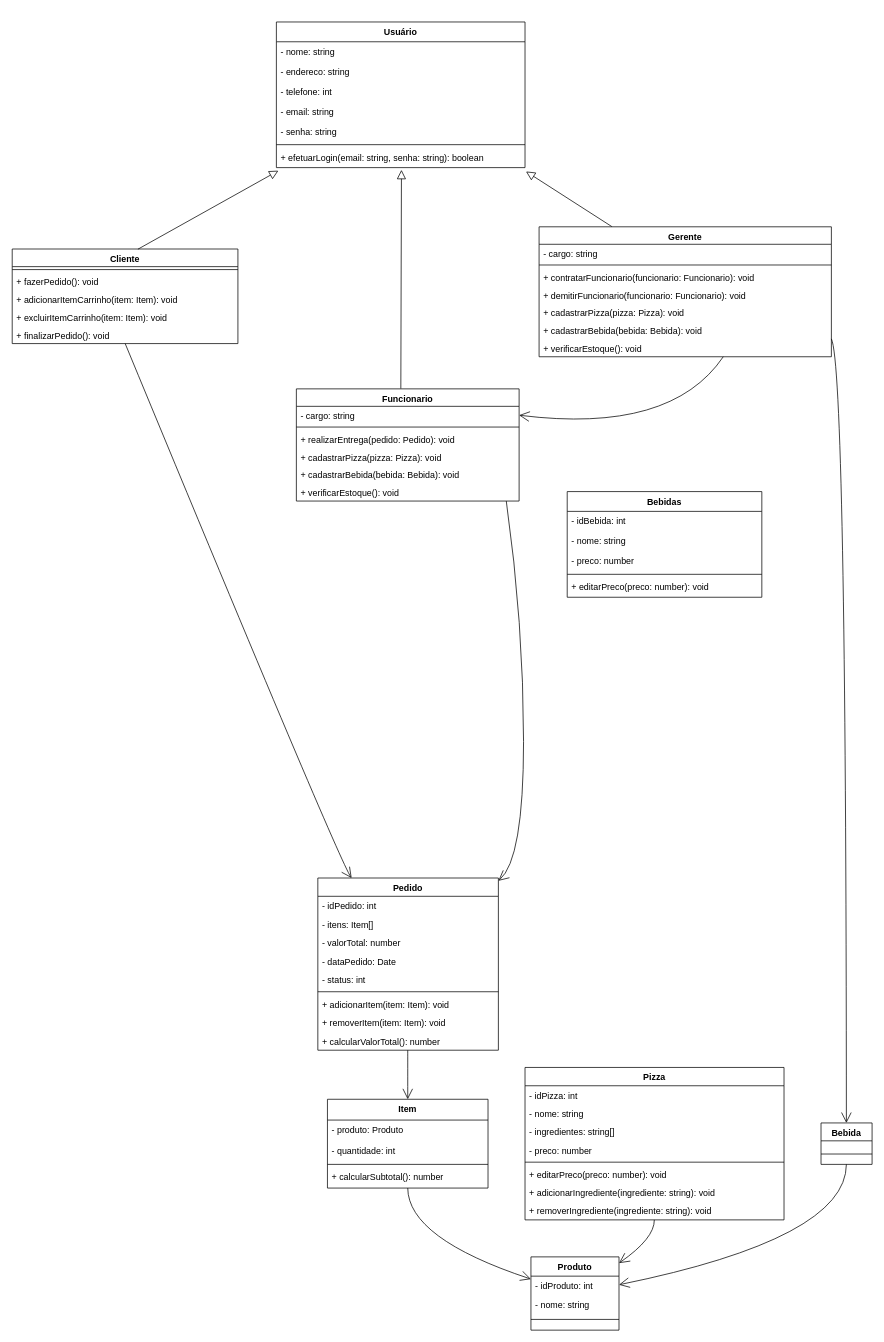
The draw.io diagram Eng. de software/Trab_EngenhariaSF.drawio in LuisAugusto0/Arquivos_PUC_CC, before the edit. Source tidied: cells renumbered, new cells numbered last; positions are measured from the earlier drawing's top-left corner, leaving out a move shared by most shapes. Both pictures are drawn from the tidied source at 74%, with x=0, y=0 at pixel (12, 21).
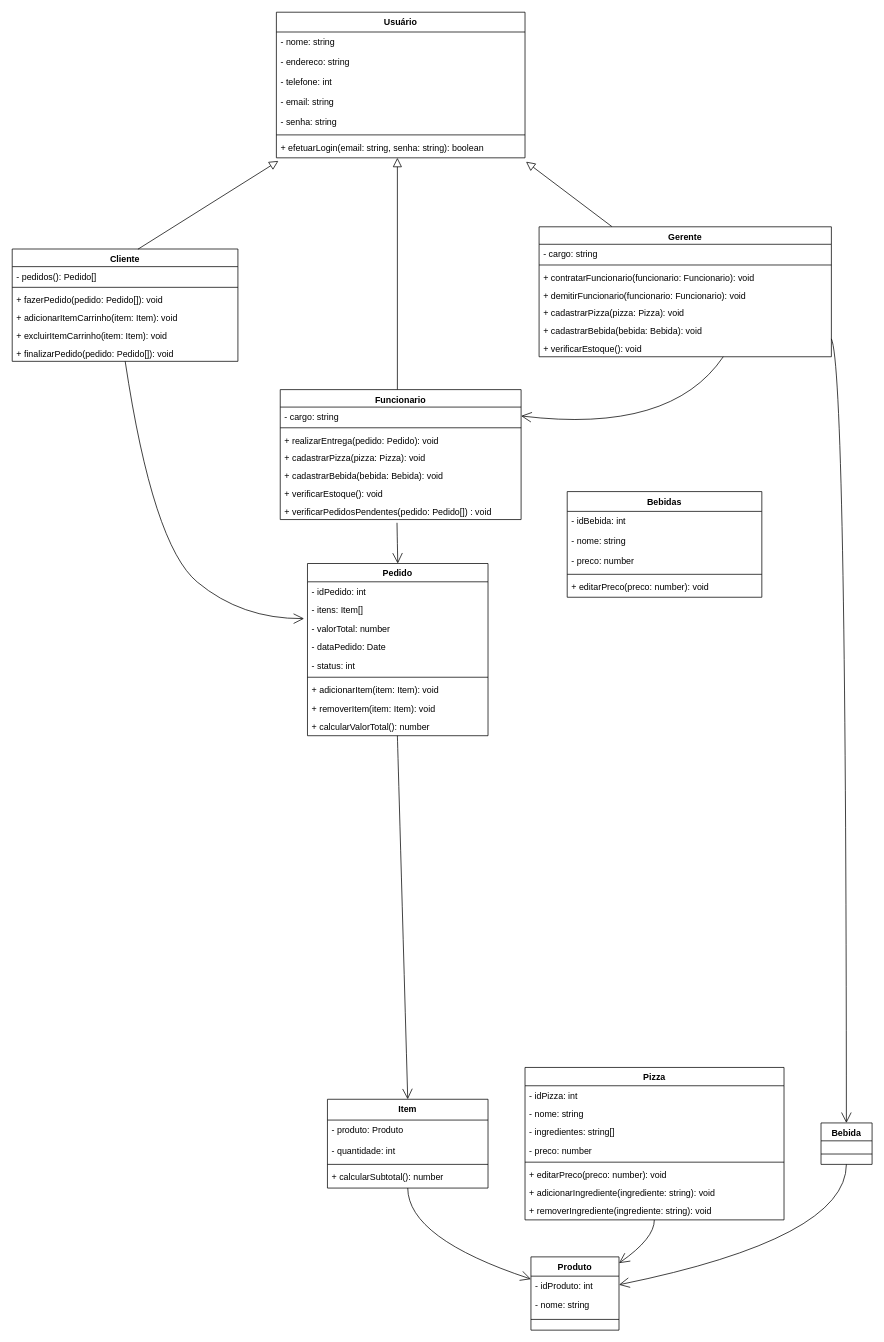
Above is the later version.

The change refers to these unchanged cells:
```xml
<mxCell id="42" value="- valorTotal: number" style="text;strokeColor=none;fillColor=none;align=left;verticalAlign=top;spacingLeft=4;spacingRight=4;overflow=hidden;points=[[0,0.5],[1,0.5]];portConstraint=eastwest;" parent="39" vertex="1">
  <mxGeometry y="74.7" width="244" height="25" as="geometry" />
</mxCell>
<mxCell id="75" value="+ efetuarLogin(email: string, senha: string): boolean" style="text;strokeColor=none;fillColor=none;align=left;verticalAlign=top;spacingLeft=4;spacingRight=4;overflow=hidden;points=[[0,0.5],[1,0.5]];portConstraint=eastwest;" parent="68" vertex="1">
  <mxGeometry y="169.8" width="336" height="27" as="geometry" />
</mxCell>
```

Change to the diagram source:
```diff
@@
     <mxCell id="2" value="Cliente" style="swimlane;fontStyle=1;align=center;verticalAlign=top;horizontal=1;startSize=23.8104775168679;" parent="1" vertex="1">
-      <mxGeometry y="307" width="305" height="127.8" as="geometry" />
+      <mxGeometry y="307" width="305" height="151.8" as="geometry" />
     </mxCell>
+    <mxCell id="78" value="- pedidos(): Pedido[]" style="text;strokeColor=none;fillColor=none;align=left;verticalAlign=top;spacingLeft=4;spacingRight=4;overflow=hidden;" parent="2" vertex="1">
+      <mxGeometry y="23.8" width="305" height="24" as="geometry" />
+    </mxCell>
     <mxCell id="3" style="line;strokeWidth=1;fillColor=none;align=left;verticalAlign=middle;spacingTop=-1;spacingLeft=3;spacingRight=3;labelPosition=right;strokeColor=inherit;" parent="2" vertex="1">
-      <mxGeometry y="23.8" width="305" height="8" as="geometry" />
+      <mxGeometry y="47.8" width="305" height="8" as="geometry" />
     </mxCell>
-    <mxCell id="4" value="+ fazerPedido(): void" style="text;strokeColor=none;fillColor=none;align=left;verticalAlign=top;spacingLeft=4;spacingRight=4;overflow=hidden;" parent="2" vertex="1">
-      <mxGeometry y="31.8" width="305" height="24" as="geometry" />
+    <mxCell id="4" value="+ fazerPedido(pedido: Pedido[]): void" style="text;strokeColor=none;fillColor=none;align=left;verticalAlign=top;spacingLeft=4;spacingRight=4;overflow=hidden;" parent="2" vertex="1">
+      <mxGeometry y="55.8" width="305" height="24" as="geometry" />
     </mxCell>
     <mxCell id="5" value="+ adicionarItemCarrinho(item: Item): void" style="text;strokeColor=none;fillColor=none;align=left;verticalAlign=top;spacingLeft=4;spacingRight=4;overflow=hidden;" parent="2" vertex="1">
-      <mxGeometry y="55.8" width="305" height="24" as="geometry" />
+      <mxGeometry y="79.8" width="305" height="24" as="geometry" />
     </mxCell>
     <mxCell id="6" value="+ excluirItemCarrinho(item: Item): void" style="text;strokeColor=none;fillColor=none;align=left;verticalAlign=top;spacingLeft=4;spacingRight=4;overflow=hidden;" parent="2" vertex="1">
-      <mxGeometry y="79.8" width="305" height="24" as="geometry" />
+      <mxGeometry y="103.8" width="305" height="24" as="geometry" />
     </mxCell>
-    <mxCell id="7" value="+ finalizarPedido(): void" style="text;strokeColor=none;fillColor=none;align=left;verticalAlign=top;spacingLeft=4;spacingRight=4;overflow=hidden;" parent="2" vertex="1">
-      <mxGeometry y="103.8" width="305" height="24" as="geometry" />
+    <mxCell id="7" value="+ finalizarPedido(pedido: Pedido[]): void" style="text;strokeColor=none;fillColor=none;align=left;verticalAlign=top;spacingLeft=4;spacingRight=4;overflow=hidden;" parent="2" vertex="1">
+      <mxGeometry y="127.8" width="305" height="24" as="geometry" />
     </mxCell>
     <mxCell id="8" value="Funcionario" style="swimlane;fontStyle=1;align=center;verticalAlign=top;horizontal=1;startSize=23.605931599934895;" parent="1" vertex="1">
-      <mxGeometry x="384" y="496" width="301" height="151.6" as="geometry" />
+      <mxGeometry x="362.2" y="497" width="325.5" height="175.6" as="geometry" />
     </mxCell>
     <mxCell id="9" value="- cargo: string" style="text;strokeColor=none;fillColor=none;align=left;verticalAlign=top;spacingLeft=4;spacingRight=4;overflow=hidden;points=[[0,0.5],[1,0.5]];portConstraint=eastwest;" parent="8" vertex="1">
-      <mxGeometry y="23.6" width="301" height="24" as="geometry" />
+      <mxGeometry y="23.6" width="325.5" height="24" as="geometry" />
     </mxCell>
     <mxCell id="10" style="line;strokeWidth=1;fillColor=none;align=left;verticalAlign=middle;spacingTop=-1;spacingLeft=3;spacingRight=3;labelPosition=right;strokeColor=inherit;" parent="8" vertex="1">
-      <mxGeometry y="47.6" width="301" height="8" as="geometry" />
+      <mxGeometry y="47.6" width="325.5" height="8" as="geometry" />
     </mxCell>
     <mxCell id="11" value="+ realizarEntrega(pedido: Pedido): void" style="text;strokeColor=none;fillColor=none;align=left;verticalAlign=top;spacingLeft=4;spacingRight=4;overflow=hidden;" parent="8" vertex="1">
-      <mxGeometry y="55.6" width="301" height="24" as="geometry" />
+      <mxGeometry y="55.6" width="325.5" height="24" as="geometry" />
     </mxCell>
     <mxCell id="12" value="+ cadastrarPizza(pizza: Pizza): void" style="text;strokeColor=none;fillColor=none;align=left;verticalAlign=top;spacingLeft=4;spacingRight=4;overflow=hidden;" parent="8" vertex="1">
-      <mxGeometry y="79.6" width="301" height="24" as="geometry" />
+      <mxGeometry y="79.6" width="325.5" height="24" as="geometry" />
     </mxCell>
     <mxCell id="13" value="+ cadastrarBebida(bebida: Bebida): void" style="text;strokeColor=none;fillColor=none;align=left;verticalAlign=top;spacingLeft=4;spacingRight=4;overflow=hidden;" parent="8" vertex="1">
-      <mxGeometry y="103.6" width="301" height="24" as="geometry" />
+      <mxGeometry y="103.6" width="325.5" height="24" as="geometry" />
     </mxCell>
     <mxCell id="14" value="+ verificarEstoque(): void" style="text;strokeColor=none;fillColor=none;align=left;verticalAlign=top;spacingLeft=4;spacingRight=4;overflow=hidden;" parent="8" vertex="1">
-      <mxGeometry y="127.6" width="301" height="24" as="geometry" />
+      <mxGeometry y="127.6" width="325.5" height="24" as="geometry" />
     </mxCell>
+    <mxCell id="79" value="+ verificarPedidosPendentes(pedido: Pedido[]) : void" style="text;strokeColor=none;fillColor=none;align=left;verticalAlign=top;spacingLeft=4;spacingRight=4;overflow=hidden;" parent="8" vertex="1">
+      <mxGeometry y="151.6" width="325.5" height="24" as="geometry" />
+    </mxCell>
@@
     <mxCell id="39" value="Pedido" style="swimlane;fontStyle=1;align=center;verticalAlign=top;horizontal=1;startSize=24.730932235717773;" parent="1" vertex="1">
-      <mxGeometry x="413" y="1157" width="244" height="232.7" as="geometry" />
+      <mxGeometry x="399" y="732" width="244" height="232.7" as="geometry" />
     </mxCell>
@@
-    <mxCell id="60" style="curved=1;startArrow=none;endArrow=open;endSize=12;exitX=0.5005557200947746;exitY=0.9979911521629051;entryX=0.1885554129098117;entryY=0.002221413029050364;" parent="1" edge="1" source="2" target="39">
+    <mxCell id="60" style="curved=1;startArrow=none;endArrow=open;endSize=12;exitX=0.5005557200947746;exitY=0.9979911521629051;entryX=-0.019;entryY=-0.011;entryDx=0;entryDy=0;entryPerimeter=0;" parent="1" edge="1" source="2" target="42">
       <mxGeometry relative="1" as="geometry">
         <Array as="points">
-          <mxPoint x="441" y="1132" />
+          <mxPoint x="190" y="707" />
+          <mxPoint x="310" y="807" />
         </Array>
       </mxGeometry>
     </mxCell>
-    <mxCell id="61" style="curved=1;startArrow=none;endArrow=open;endSize=12;exitX=0.9440598868235214;exitY=1.0018637745650774;entryX=0.9979334659263736;entryY=0.018105383848936653;" parent="1" edge="1" source="8" target="39">
+    <mxCell id="61" style="startArrow=none;endArrow=open;endSize=12;entryX=0.5;entryY=0;entryDx=0;entryDy=0;edgeStyle=orthogonalEdgeStyle;" parent="1" edge="1" target="39">
       <mxGeometry relative="1" as="geometry">
-        <Array as="points">
-          <mxPoint x="691" y="813" />
-          <mxPoint x="691" y="1132" />
-        </Array>
+        <mxPoint x="520" y="677" as="sourcePoint" />
       </mxGeometry>
     </mxCell>
@@
     <mxCell id="68" value="Usuário" style="swimlane;fontStyle=1;align=center;verticalAlign=top;horizontal=1;startSize=26.7559326171875;" parent="1" vertex="1">
-      <mxGeometry x="357" y="0.2" width="336" height="196.8" as="geometry" />
+      <mxGeometry x="357" y="-13" width="336" height="196.8" as="geometry" />
     </mxCell>
@@
-    <mxCell id="76" style="rounded=0;jettySize=auto;html=1;exitX=0.469;exitY=-0.003;exitDx=0;exitDy=0;endArrow=block;endFill=0;entryX=0.503;entryY=1.114;entryDx=0;entryDy=0;entryPerimeter=0;endSize=10;exitPerimeter=0;" parent="1" edge="1" source="8" target="75">
-      <mxGeometry relative="1" as="geometry" />
+    <mxCell id="76" style="rounded=0;orthogonalLoop=1;jettySize=auto;html=1;endArrow=block;endFill=0;endSize=10;edgeStyle=orthogonalEdgeStyle;" parent="1" edge="1">
+      <mxGeometry relative="1" as="geometry">
+        <mxPoint x="520.5" y="496.8" as="sourcePoint" />
+        <mxPoint x="520.5" y="183.8" as="targetPoint" />
+        <Array as="points">
+          <mxPoint x="520.5" y="183.8" />
+        </Array>
+      </mxGeometry>
     </mxCell>
```
